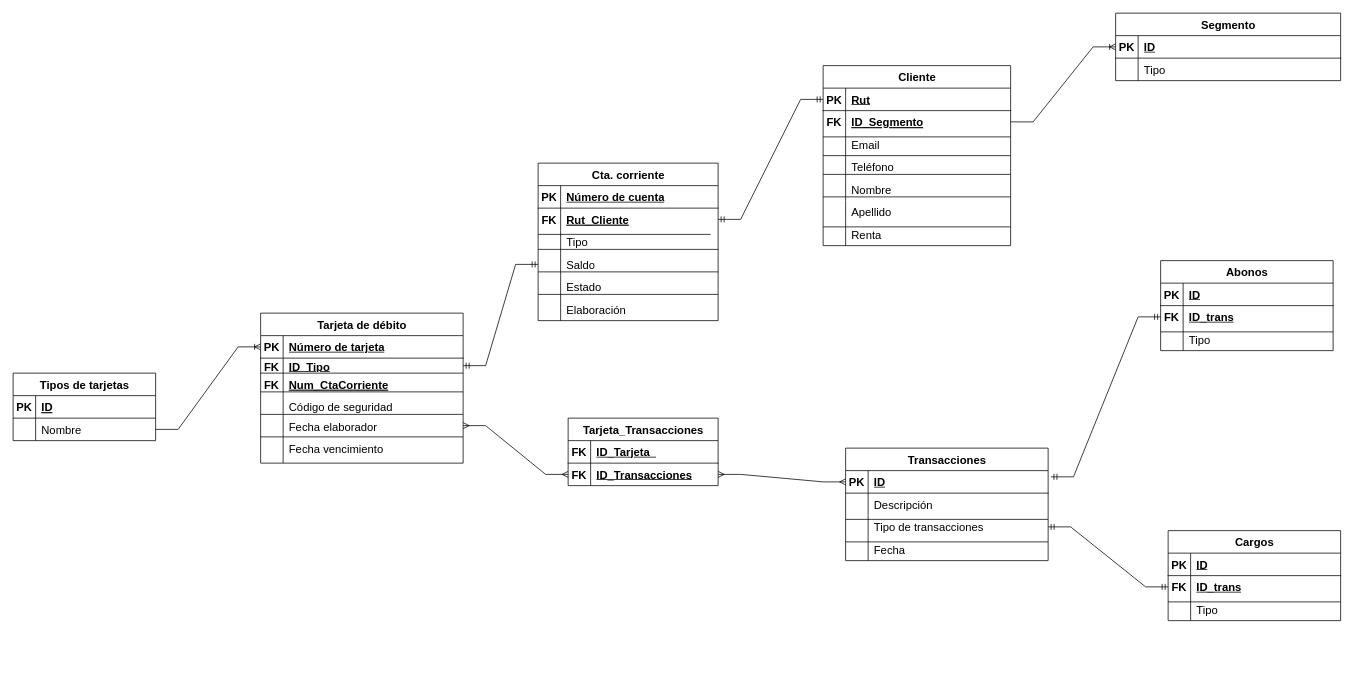
Before: ModeloRelacional.drawio in VicenteMuhr/Database, a draw.io diagram. Source tidied: cells renumbered, new cells numbered last; positions are measured from the earlier drawing's top-left corner, leaving out a move shared by most shapes. Both pictures are drawn from the tidied source at 75%, with x=0, y=0 at pixel (13, 13).
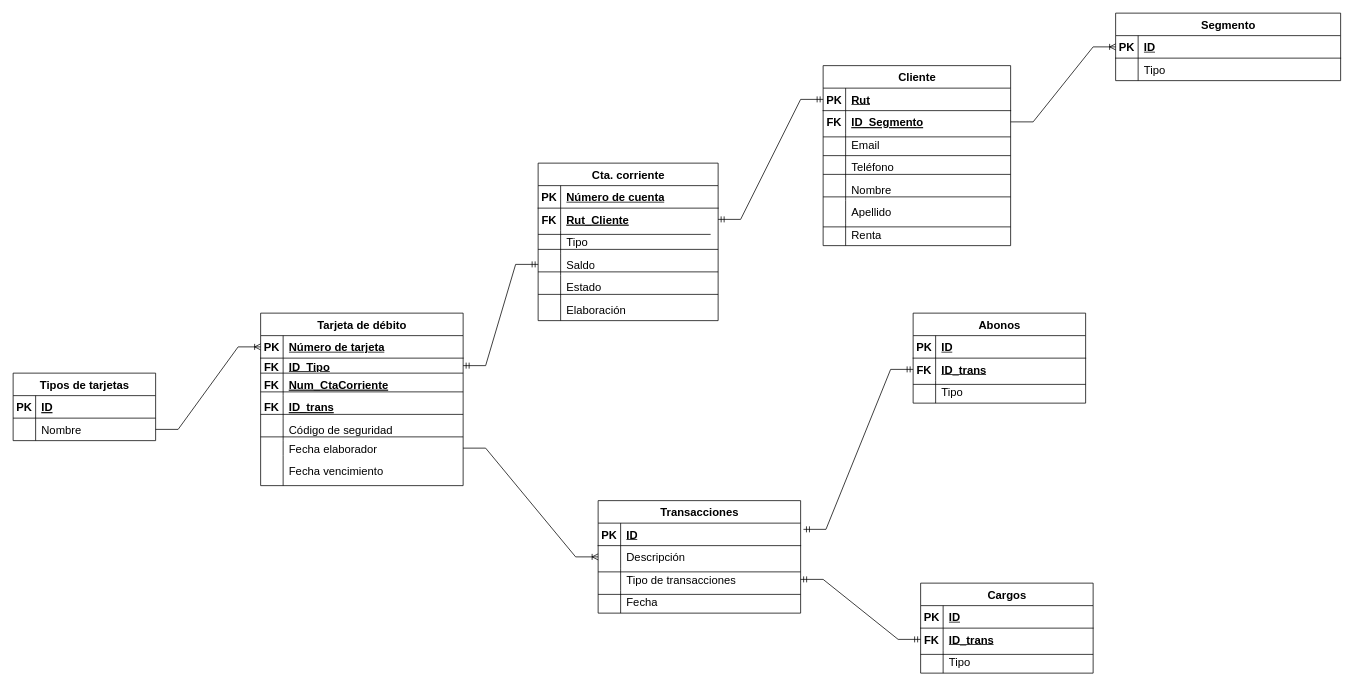
The same page after the edit.

The change refers to these unchanged cells:
```xml
<mxCell id="34" style="shape=tableRow;horizontal=0;startSize=0;swimlaneHead=0;swimlaneBody=0;fillColor=none;points=[[0,0.5],[1,0.5]];portConstraint=eastwest;top=0;left=0;right=0;bottom=1;fontSize=15;" parent="33" vertex="1">
  <mxGeometry y="30" width="270" height="30" as="geometry" />
</mxCell>
<mxCell id="37" style="shape=tableRow;horizontal=0;startSize=0;swimlaneHead=0;swimlaneBody=0;fillColor=none;points=[[0,0.5],[1,0.5]];portConstraint=eastwest;top=0;left=0;right=0;bottom=0;fontSize=15;" parent="33" vertex="1">
  <mxGeometry y="60" width="270" height="30" as="geometry" />
</mxCell>
```

Diff of the diagram source:
```diff
@@
     <mxCell id="2" value="Tarjeta de débito" style="shape=table;startSize=30;childLayout=tableLayout;rowLines=0;fontStyle=1;align=center;html=1;fontSize=15;" parent="1" vertex="1">
-      <mxGeometry x="330" y="400" width="270" height="200" as="geometry" />
+      <mxGeometry x="330" y="400" width="270" height="230" as="geometry" />
     </mxCell>
@@
+    <mxCell id="143" style="shape=tableRow;horizontal=0;startSize=0;swimlaneHead=0;swimlaneBody=0;fillColor=none;top=0;left=0;right=0;bottom=0;fontSize=15;" parent="2" vertex="1">
+      <mxGeometry y="110" width="270" height="30" as="geometry" />
+    </mxCell>
+    <mxCell id="144" value="FK" style="shape=partialRectangle;fillColor=none;top=0;left=0;bottom=0;right=0;overflow=hidden;fontSize=15;fontStyle=1;" parent="143" vertex="1">
+      <mxGeometry width="30" height="30" as="geometry" />
+    </mxCell>
+    <mxCell id="145" value="ID_trans" style="shape=partialRectangle;fillColor=none;top=0;left=0;bottom=0;right=0;align=left;spacingLeft=6;overflow=hidden;fontSize=15;fontStyle=5;" parent="143" vertex="1">
+      <mxGeometry x="30" width="240" height="30" as="geometry" />
+    </mxCell>
     <mxCell id="12" style="shape=tableRow;horizontal=0;startSize=0;swimlaneHead=0;swimlaneBody=0;fillColor=none;top=0;left=0;right=0;bottom=0;fontSize=15;" parent="2" vertex="1">
-      <mxGeometry y="110" width="270" height="30" as="geometry" />
+      <mxGeometry y="140" width="270" height="30" as="geometry" />
     </mxCell>
@@
     <mxCell id="15" style="shape=tableRow;horizontal=0;startSize=0;swimlaneHead=0;swimlaneBody=0;fillColor=none;points=[[0,0.5],[1,0.5]];portConstraint=eastwest;top=0;left=0;right=0;bottom=0;fontSize=15;" parent="2" vertex="1">
-      <mxGeometry y="140" width="270" height="20" as="geometry" />
+      <mxGeometry y="170" width="270" height="20" as="geometry" />
     </mxCell>
@@
     <mxCell id="18" style="shape=tableRow;horizontal=0;startSize=0;swimlaneHead=0;swimlaneBody=0;fillColor=none;points=[[0,0.5],[1,0.5]];portConstraint=eastwest;top=0;left=0;right=0;bottom=0;fontSize=15;" parent="2" vertex="1">
-      <mxGeometry y="160" width="270" height="40" as="geometry" />
+      <mxGeometry y="190" width="270" height="40" as="geometry" />
     </mxCell>
@@
     <mxCell id="33" value="Transacciones" style="shape=table;startSize=30;childLayout=tableLayout;rowLines=0;fontStyle=1;align=center;html=1;fontSize=15;" parent="1" vertex="1">
-      <mxGeometry x="1110" y="580" width="270" height="150" as="geometry" />
+      <mxGeometry x="780" y="650" width="270" height="150" as="geometry" />
     </mxCell>
@@
-    <mxCell id="46" value="Tarjeta_Transacciones" style="shape=table;startSize=30;childLayout=tableLayout;rowLines=0;fontStyle=1;align=center;html=1;fontSize=15;" parent="1" vertex="1">
-      <mxGeometry x="740" y="540" width="200" height="90" as="geometry" />
-    </mxCell>
-    <mxCell id="47" style="shape=tableRow;horizontal=0;startSize=0;swimlaneHead=0;swimlaneBody=0;fillColor=none;top=0;left=0;right=0;bottom=1;fontSize=15;" parent="46" vertex="1">
-      <mxGeometry y="30" width="200" height="30" as="geometry" />
-    </mxCell>
-    <mxCell id="48" value="FK" style="shape=partialRectangle;fillColor=none;top=0;left=0;bottom=0;right=0;fontStyle=1;overflow=hidden;whiteSpace=wrap;html=1;fontSize=15;" parent="47" vertex="1">
-      <mxGeometry width="30" height="30" as="geometry" />
-    </mxCell>
-    <mxCell id="49" value="ID_Tarjeta&amp;nbsp;&amp;nbsp;" style="shape=partialRectangle;fillColor=none;top=0;left=0;bottom=0;right=0;align=left;spacingLeft=6;fontStyle=5;overflow=hidden;whiteSpace=wrap;html=1;fontSize=15;" parent="47" vertex="1">
-      <mxGeometry x="30" width="170" height="30" as="geometry" />
-    </mxCell>
-    <mxCell id="50" style="shape=tableRow;horizontal=0;startSize=0;swimlaneHead=0;swimlaneBody=0;fillColor=none;points=[[0,0.5],[1,0.5]];portConstraint=eastwest;top=0;left=0;right=0;bottom=0;fontSize=15;" parent="46" vertex="1">
-      <mxGeometry y="60" width="200" height="30" as="geometry" />
-    </mxCell>
-    <mxCell id="51" value="&lt;b&gt;FK&lt;/b&gt;" style="shape=partialRectangle;fillColor=none;top=0;left=0;bottom=0;right=0;overflow=hidden;whiteSpace=wrap;html=1;fontSize=15;" parent="50" vertex="1">
-      <mxGeometry width="30" height="30" as="geometry" />
-    </mxCell>
-    <mxCell id="52" value="&lt;b&gt;&lt;u&gt;ID_Transacciones&lt;/u&gt;&lt;/b&gt;" style="shape=partialRectangle;fillColor=none;top=0;left=0;bottom=0;right=0;align=left;spacingLeft=6;overflow=hidden;whiteSpace=wrap;html=1;fontSize=15;" parent="50" vertex="1">
-      <mxGeometry x="30" width="170" height="30" as="geometry" />
-    </mxCell>
-    <mxCell id="53" style="edgeStyle=entityRelationEdgeStyle;fontSize=12;html=1;endArrow=ERmany;startArrow=ERmany;rounded=0;exitX=1;exitY=0.5;exitDx=0;exitDy=0;entryX=0;entryY=0.5;entryDx=0;entryDy=0;" parent="1" edge="1" source="15" target="50">
-      <mxGeometry relative="1" as="geometry" />
-    </mxCell>
-    <mxCell id="54" style="edgeStyle=entityRelationEdgeStyle;fontSize=12;html=1;endArrow=ERmany;startArrow=ERmany;rounded=0;entryX=0;entryY=0.5;entryDx=0;entryDy=0;exitX=1;exitY=0.5;exitDx=0;exitDy=0;" parent="1" edge="1" source="50" target="34">
-      <mxGeometry relative="1" as="geometry" />
-    </mxCell>
     <mxCell id="55" value="Abonos" style="shape=table;startSize=30;childLayout=tableLayout;rowLines=0;fontStyle=1;align=center;html=1;fontSize=15;" parent="1" vertex="1">
-      <mxGeometry x="1530" y="330" width="230" height="120" as="geometry" />
+      <mxGeometry x="1200" y="400" width="230" height="120" as="geometry" />
     </mxCell>
@@
     <mxCell id="65" value="Cargos" style="shape=table;startSize=30;childLayout=tableLayout;rowLines=0;fontStyle=1;align=center;html=1;fontSize=15;" parent="1" vertex="1">
-      <mxGeometry x="1540" y="690" width="230" height="120" as="geometry" />
+      <mxGeometry x="1210" y="760" width="230" height="120" as="geometry" />
     </mxCell>
@@
     <mxCell id="139" style="line;strokeWidth=1;dashed=0;labelPosition=right;align=left;verticalAlign=middle;spacingTop=0;spacingLeft=6;" parent="1" vertex="1">
-      <mxGeometry x="1110" y="670" width="270" height="10" as="geometry" />
+      <mxGeometry x="780" y="740" width="270" height="10" as="geometry" />
     </mxCell>
     <mxCell id="140" style="line;strokeWidth=1;dashed=0;labelPosition=right;align=left;verticalAlign=middle;spacingTop=0;spacingLeft=6;" parent="1" vertex="1">
-      <mxGeometry x="1110" y="700" width="270" height="10" as="geometry" />
+      <mxGeometry x="780" y="770" width="270" height="10" as="geometry" />
     </mxCell>
     <mxCell id="141" style="line;strokeWidth=1;dashed=0;labelPosition=right;align=left;verticalAlign=middle;spacingTop=0;spacingLeft=6;" parent="1" vertex="1">
-      <mxGeometry x="1530" y="420" width="230" height="10" as="geometry" />
+      <mxGeometry x="1200" y="490" width="230" height="10" as="geometry" />
     </mxCell>
     <mxCell id="142" style="line;strokeWidth=1;dashed=0;labelPosition=right;align=left;verticalAlign=middle;spacingTop=0;spacingLeft=6;" parent="1" vertex="1">
-      <mxGeometry x="1540" y="780" width="230" height="10" as="geometry" />
+      <mxGeometry x="1210" y="850" width="230" height="10" as="geometry" />
     </mxCell>
+    <mxCell id="146" style="edgeStyle=entityRelationEdgeStyle;fontSize=12;html=1;endArrow=ERoneToMany;rounded=0;exitX=1;exitY=0.5;exitDx=0;exitDy=0;entryX=0;entryY=0.5;entryDx=0;entryDy=0;" parent="1" edge="1" source="15" target="37">
+      <mxGeometry relative="1" as="geometry" />
+    </mxCell>
```
